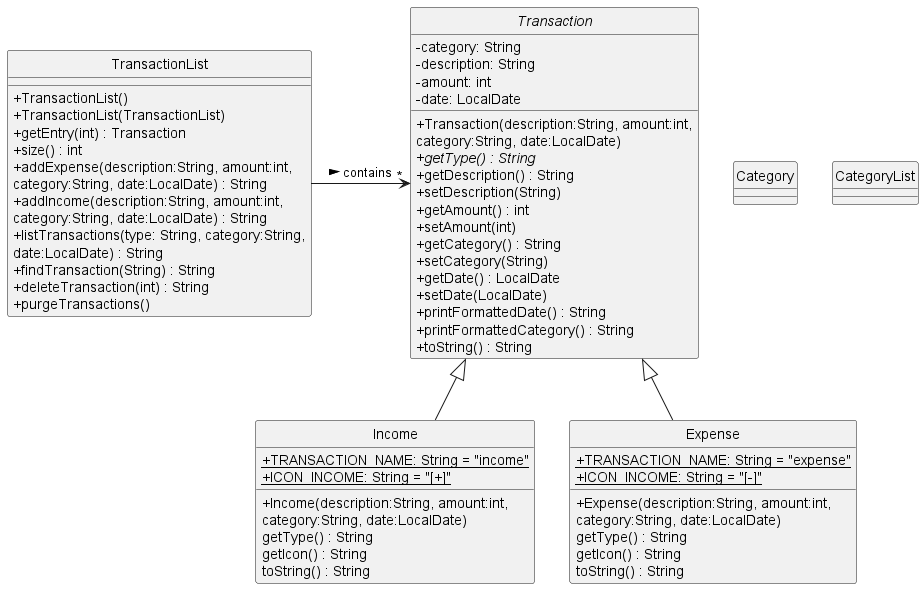
This is docs/images/DataComponentClassDiagram.png from nus-cs2113-AY2223S1/tp, a PlantUML export, as it was before one commit.
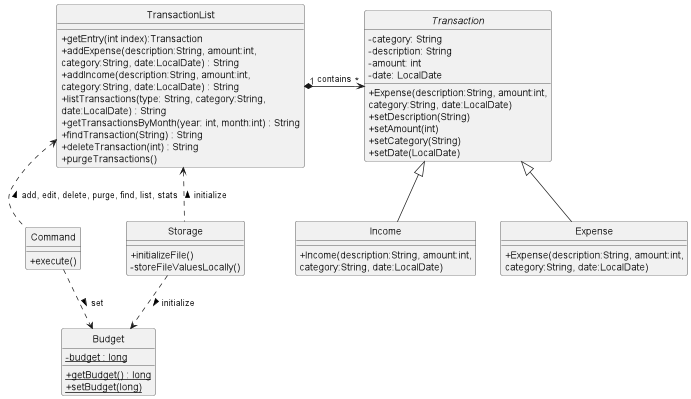
The same diagram one commit later.

Commit message:
Update data component in developer guide for budget class

The edit, as a diff of the source:
```diff
@@ -1,27 +1,19 @@
 @startuml
 !include Style.puml
-class Category{
-
-}
-
-class CategoryList{
-
-}
 
 class TransactionList {
-    + TransactionList()
-    + TransactionList(TransactionList)
-    + getEntry(int) : Transaction
-    + size() : int
+    + getEntry(int index):Transaction
     + addExpense(description:String, amount:int,
               category:String, date:LocalDate) : String
     + addIncome(description:String, amount:int,
               category:String, date:LocalDate) : String
     + listTransactions(type: String, category:String,
               date:LocalDate) : String
+    + getTransactionsByMonth(year: int, month:int) : String
     + findTransaction(String) : String
     + deleteTransaction(int) : String
     + purgeTransactions()
+
 }
 
 abstract class "Transaction"{
@@ -29,46 +21,63 @@
     - description: String
     - amount: int
     - date: LocalDate
-    + Transaction(description:String, amount:int,
-          category:String, date:LocalDate)
-    + getType() : String {abstract}
-    + getDescription() : String
+    + Expense(description:String, amount:int,
+                  category:String, date:LocalDate)
     + setDescription(String)
-    + getAmount() : int
     + setAmount(int)
-    + getCategory() : String
     + setCategory(String)
-    + getDate() : LocalDate
     + setDate(LocalDate)
-    + printFormattedDate() : String
-    + printFormattedCategory() : String
-    + toString() : String
 }
 
 class Income {
-    + TRANSACTION_NAME: String = "income"{static}
-    + ICON_INCOME: String = "[+]" {static}
     + Income(description:String, amount:int,
               category:String, date:LocalDate)
-      getType() : String
-      getIcon() : String
-      toString() : String
 }
 
 class Expense {
-    + TRANSACTION_NAME: String = "expense"{static}
-    + ICON_INCOME: String = "[-]" {static}
     + Expense(description:String, amount:int,
               category:String, date:LocalDate)
-      getType() : String
-      getIcon() : String
-      toString() : String
+}
+
+abstract class Command {
+    + execute()
+}
+
+abstract class Storage {
+    + initializeFile()
+    - storeFileValuesLocally()
+}
+
+
+class Budget{
+    - budget : long {static}
+    + getBudget() : long {static}
+    + setBudget(long) {static}
+}
+
+together {
+  class Command
+  class Income
+  class Expense
+}
+
+
+together {
+  class Storage
+  class TransactionList
+  class Budget
 }
 
 
 Income -up-|> "Transaction"
 Expense -up-|> "Transaction"
 
-TransactionList -> "*" "Transaction" : contains >
+TransactionList "1" *-right> "*" "Transaction" : contains
+Storage -[dashed]down-> "Budget" : initialize >
+Storage -[dashed]up-> "TransactionList" : initialize >
+Command -[dashed]down-> "Budget" : set >
+Command -[dashed]up-> "TransactionList" : add, edit, delete, purge, find, list, stats >
+
+
 
 @enduml
```
